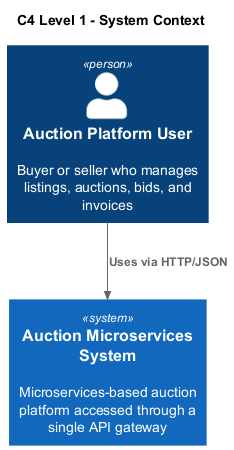
This is diagrams/C4_Level1_context.png from Noah-tdf/AuctionMicroservice, a PlantUML export, as it was before one commit. The source it was exported from:
```plantuml
@startuml
!include https://raw.githubusercontent.com/plantuml-stdlib/C4-PlantUML/master/C4_Context.puml

LAYOUT_TOP_DOWN()

title C4 Level 1 - System Context

Person(user, "Auction Platform User", "Buyer or seller who manages listings, auctions, bids, and invoices")

System(auctionSystem, "Auction Microservices System", "Microservices-based auction platform accessed through a single API gateway")

Rel(user, auctionSystem, "Uses via HTTP/JSON")

@enduml
```
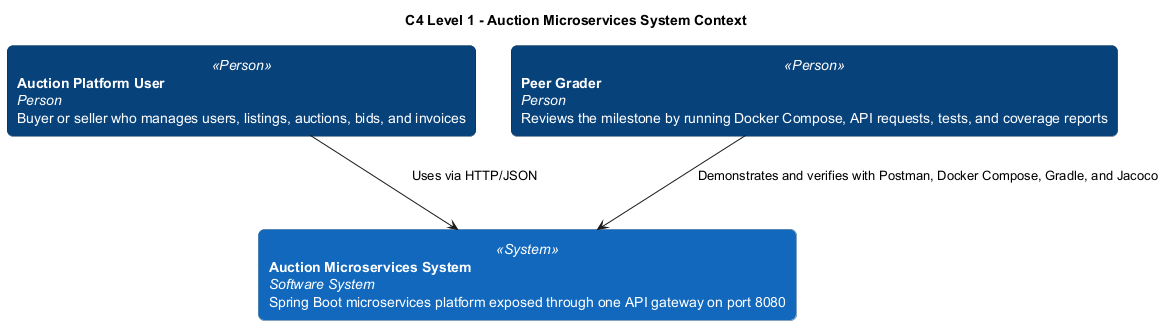
Above is the later version.

Commit message:
Fix milestone architecture diagrams

Change to the diagram source:
```diff
@@ -1,14 +1,16 @@
 @startuml
-!include https://raw.githubusercontent.com/plantuml-stdlib/C4-PlantUML/master/C4_Context.puml
+!include C4_minimal.puml
 
 LAYOUT_TOP_DOWN()
 
-title C4 Level 1 - System Context
+title C4 Level 1 - Auction Microservices System Context
 
-Person(user, "Auction Platform User", "Buyer or seller who manages listings, auctions, bids, and invoices")
+Person(user, "Auction Platform User", "Buyer or seller who manages users, listings, auctions, bids, and invoices")
+Person(peerGrader, "Peer Grader", "Reviews the milestone by running Docker Compose, API requests, tests, and coverage reports")
 
-System(auctionSystem, "Auction Microservices System", "Microservices-based auction platform accessed through a single API gateway")
+System(auctionSystem, "Auction Microservices System", "Spring Boot microservices platform exposed through one API gateway on port 8080")
 
 Rel(user, auctionSystem, "Uses via HTTP/JSON")
+Rel(peerGrader, auctionSystem, "Demonstrates and verifies with Postman, Docker Compose, Gradle, and Jacoco")
 
 @enduml
```
